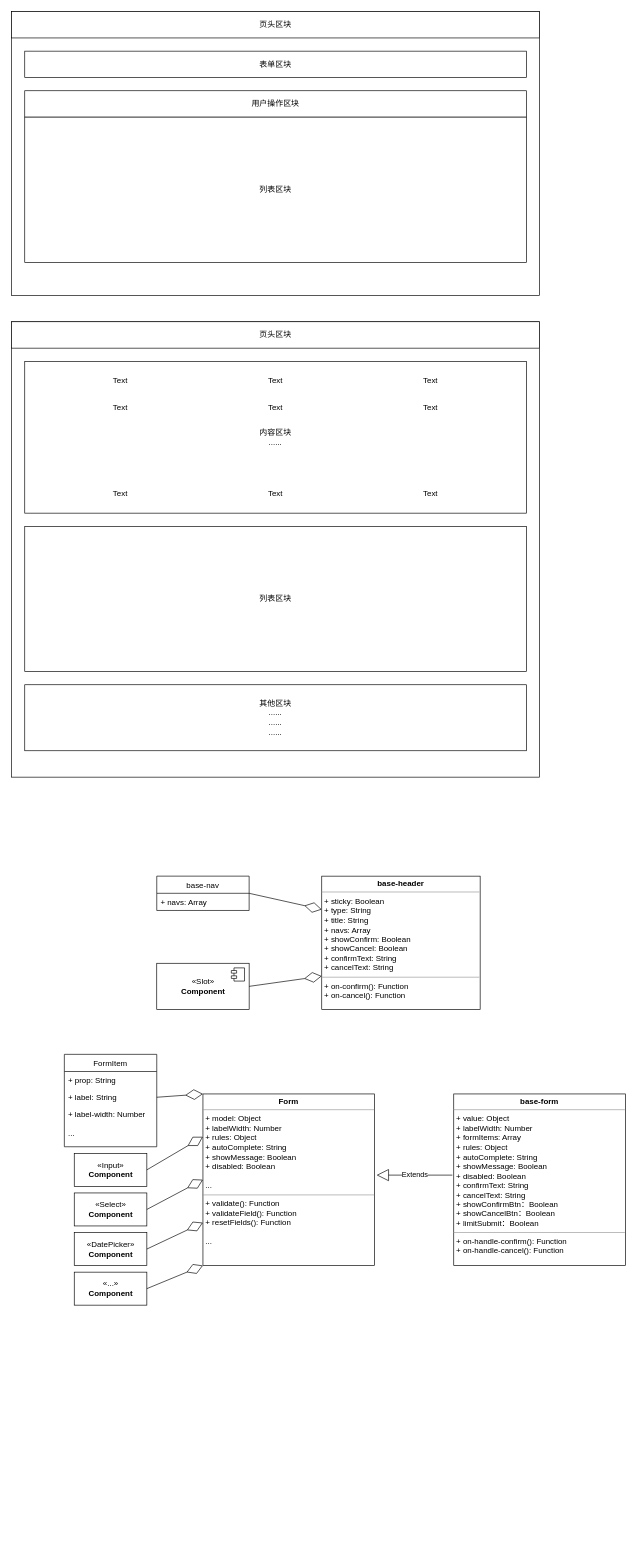
leefinder/blogs keeps this draw.io diagram as Untitled Diagram.drawio. Above is the earlier version. Source tidied: cells renumbered, new cells numbered last; positions are measured from the earlier drawing's top-left corner, leaving out a move shared by most shapes. Both pictures are drawn from the tidied source at 66%, with x=0, y=0 at pixel (11, 11).
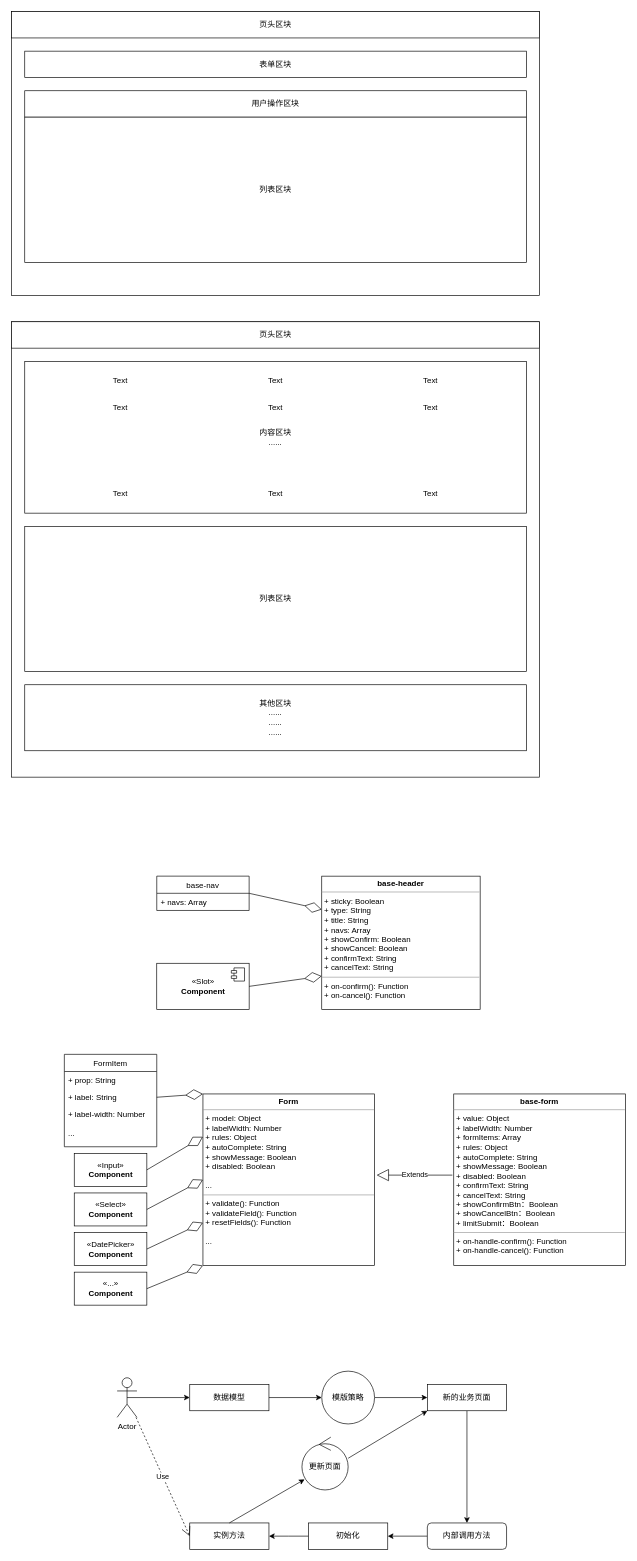
The same page after the edit.

What changed in the source:
```diff
@@
+    <mxCell id="44" style="edgeStyle=orthogonalEdgeStyle;rounded=0;jettySize=auto;html=1;exitX=1;exitY=0.5;exitDx=0;exitDy=0;entryX=0;entryY=0.5;entryDx=0;entryDy=0;" parent="1" edge="1" source="45" target="47">
+      <mxGeometry relative="1" as="geometry" />
+    </mxCell>
+    <mxCell id="45" value="数据模型" style="rounded=0;whiteSpace=wrap;html=1;" parent="1" vertex="1">
+      <mxGeometry x="270" y="2080" width="120" height="40" as="geometry" />
+    </mxCell>
+    <mxCell id="46" style="edgeStyle=orthogonalEdgeStyle;rounded=0;jettySize=auto;html=1;exitX=1;exitY=0.5;exitDx=0;exitDy=0;entryX=0;entryY=0.5;entryDx=0;entryDy=0;" parent="1" edge="1" source="47" target="51">
+      <mxGeometry relative="1" as="geometry" />
+    </mxCell>
+    <mxCell id="47" value="模版策略" style="ellipse;whiteSpace=wrap;html=1;" parent="1" vertex="1">
+      <mxGeometry x="470" y="2060" width="80" height="80" as="geometry" />
+    </mxCell>
+    <mxCell id="48" style="edgeStyle=orthogonalEdgeStyle;rounded=0;jettySize=auto;html=1;exitX=0.5;exitY=0.5;exitDx=0;exitDy=0;exitPerimeter=0;entryX=0;entryY=0.5;entryDx=0;entryDy=0;" parent="1" edge="1" source="49" target="45">
+      <mxGeometry relative="1" as="geometry" />
+    </mxCell>
+    <mxCell id="49" value="Actor" style="shape=umlActor;verticalLabelPosition=bottom;verticalAlign=top;html=1;outlineConnect=0;" parent="1" vertex="1">
+      <mxGeometry x="160" y="2070" width="30" height="60" as="geometry" />
+    </mxCell>
+    <mxCell id="50" style="edgeStyle=orthogonalEdgeStyle;rounded=0;jettySize=auto;html=1;exitX=0.5;exitY=1;exitDx=0;exitDy=0;entryX=0.5;entryY=0;entryDx=0;entryDy=0;" parent="1" edge="1" source="51" target="53">
+      <mxGeometry relative="1" as="geometry" />
+    </mxCell>
+    <mxCell id="51" value="新的业务页面" style="rounded=0;whiteSpace=wrap;html=1;" parent="1" vertex="1">
+      <mxGeometry x="630" y="2080" width="120" height="40" as="geometry" />
+    </mxCell>
+    <mxCell id="52" style="edgeStyle=orthogonalEdgeStyle;rounded=0;jettySize=auto;html=1;exitX=0;exitY=0.5;exitDx=0;exitDy=0;" parent="1" edge="1" source="53" target="55">
+      <mxGeometry relative="1" as="geometry" />
+    </mxCell>
+    <mxCell id="53" value="内部调用方法" style="rounded=1;whiteSpace=wrap;html=1;" parent="1" vertex="1">
+      <mxGeometry x="630" y="2290" width="120" height="40" as="geometry" />
+    </mxCell>
+    <mxCell id="54" style="edgeStyle=elbowEdgeStyle;rounded=0;jettySize=auto;html=1;exitX=0;exitY=0.5;exitDx=0;exitDy=0;entryX=1;entryY=0.5;entryDx=0;entryDy=0;" parent="1" edge="1" source="55" target="56">
+      <mxGeometry relative="1" as="geometry" />
+    </mxCell>
+    <mxCell id="55" value="初始化" style="rounded=0;whiteSpace=wrap;html=1;" parent="1" vertex="1">
+      <mxGeometry x="450" y="2290" width="120" height="40" as="geometry" />
+    </mxCell>
+    <mxCell id="56" value="实例方法" style="rounded=0;whiteSpace=wrap;html=1;" parent="1" vertex="1">
+      <mxGeometry x="270" y="2290" width="120" height="40" as="geometry" />
+    </mxCell>
+    <mxCell id="57" value="Use" style="endArrow=open;endSize=12;dashed=1;html=1;entryX=0;entryY=0.5;entryDx=0;entryDy=0;" parent="1" edge="1" source="49" target="56">
+      <mxGeometry relative="1" as="geometry" />
+    </mxCell>
+    <mxCell id="58" value="更新页面" style="ellipse;shape=umlControl;whiteSpace=wrap;html=1;" parent="1" vertex="1">
+      <mxGeometry x="440" y="2160" width="70" height="80" as="geometry" />
+    </mxCell>
+    <mxCell id="59" style="endArrow=classic;html=1;entryX=0.057;entryY=0.8;entryDx=0;entryDy=0;entryPerimeter=0;exitX=0.5;exitY=0;exitDx=0;exitDy=0;" parent="1" edge="1" source="56" target="58">
+      <mxGeometry relative="1" as="geometry" />
+    </mxCell>
+    <mxCell id="60" style="endArrow=classic;html=1;exitX=1;exitY=0.4;exitDx=0;exitDy=0;exitPerimeter=0;entryX=0;entryY=1;entryDx=0;entryDy=0;" parent="1" edge="1" source="58" target="51">
+      <mxGeometry relative="1" as="geometry" />
+    </mxCell>
```
